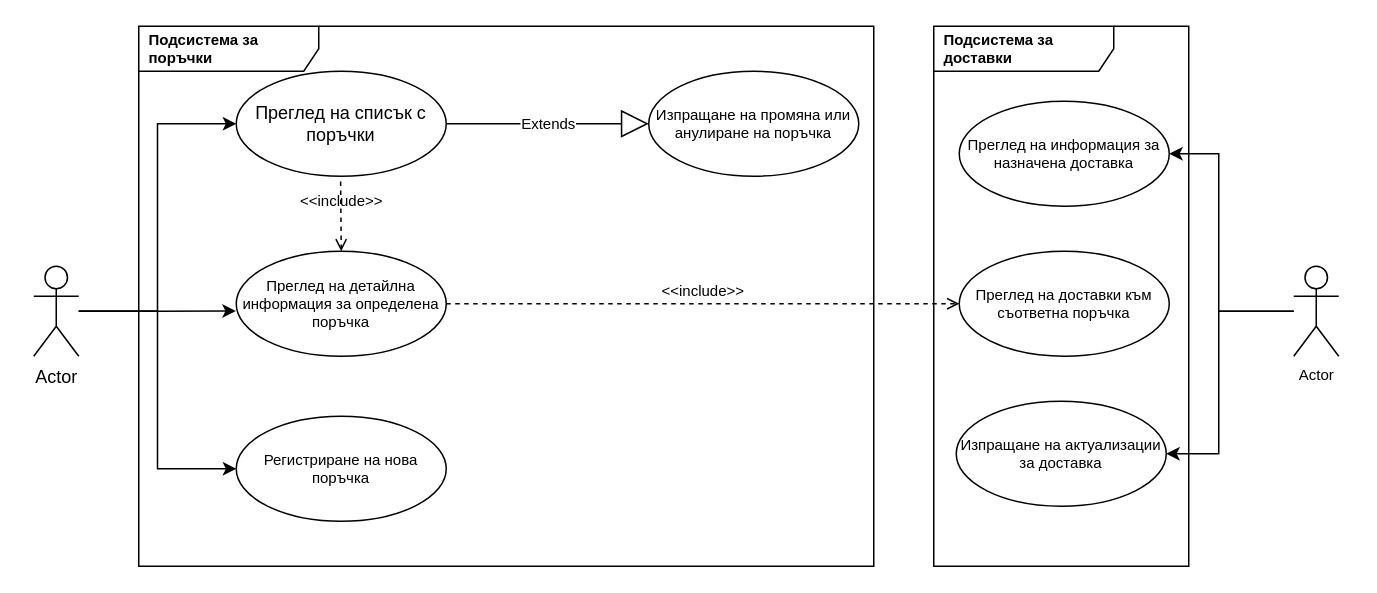
The draw.io diagram Untitled Diagram.drawio in profjordanov/phd, before the edit. Source tidied: cells renumbered, new cells numbered last; positions are measured from the earlier drawing's top-left corner, leaving out a move shared by most shapes. Both pictures are drawn from the tidied source at 150%, with x=0, y=0 at pixel (33, 26).
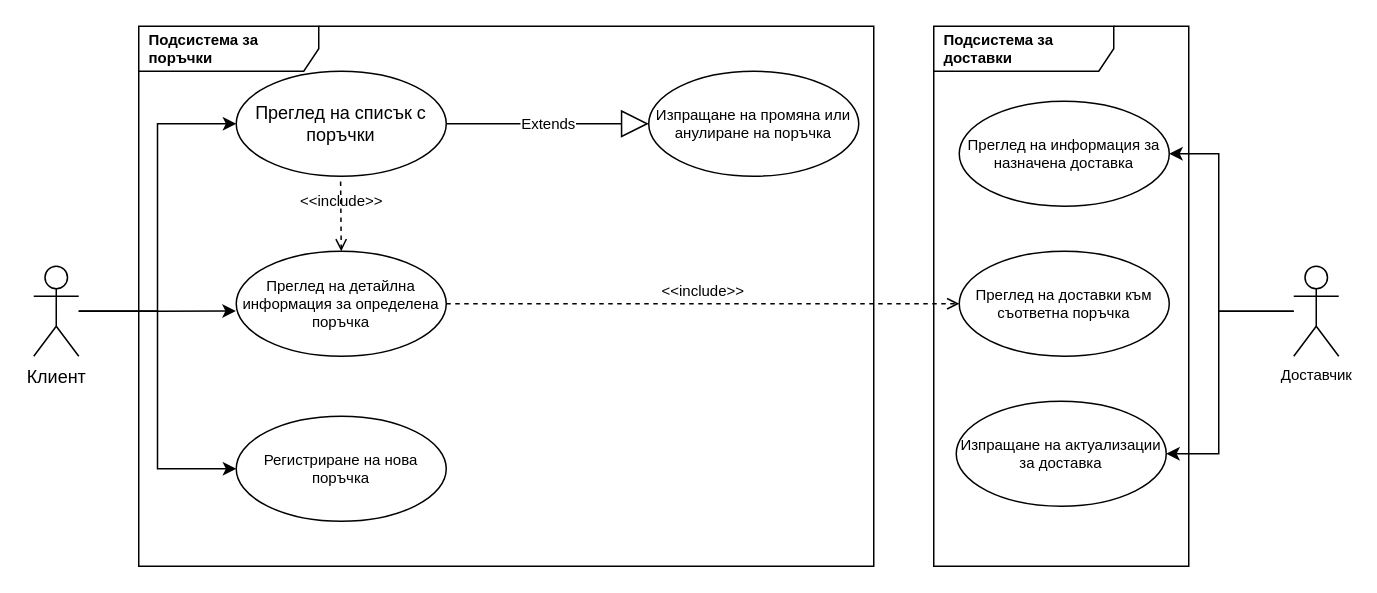
Above is the later version.

The edit, as a diff of the source:
```diff
@@
-    <mxCell id="6" value="Actor" style="shape=umlActor;verticalLabelPosition=bottom;verticalAlign=top;html=1;" parent="1" vertex="1">
+    <mxCell id="6" value="Клиент" style="shape=umlActor;verticalLabelPosition=bottom;verticalAlign=top;html=1;" parent="1" vertex="1">
       <mxGeometry y="160" width="30" height="60" as="geometry" />
     </mxCell>
@@
-    <mxCell id="15" value="Actor" style="shape=umlActor;verticalLabelPosition=bottom;verticalAlign=top;html=1;fontSize=10;fillColor=none;" parent="1" vertex="1">
+    <mxCell id="15" value="Доставчик" style="shape=umlActor;verticalLabelPosition=bottom;verticalAlign=top;html=1;fontSize=10;fillColor=none;" parent="1" vertex="1">
       <mxGeometry x="840" y="160" width="30" height="60" as="geometry" />
     </mxCell>
```
